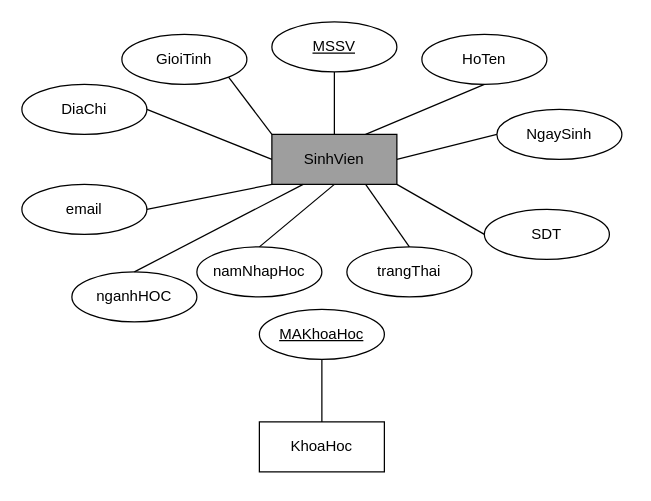
This is test.drawio from hoThanhThien/tkcsdl_HK_he, a draw.io file, before an edit. Source tidied: cells renumbered, new cells numbered last; positions are measured from the earlier drawing's top-left corner, leaving out a move shared by most shapes. Both pictures are drawn from the tidied source at 125%, with x=0, y=0 at pixel (21, 21).
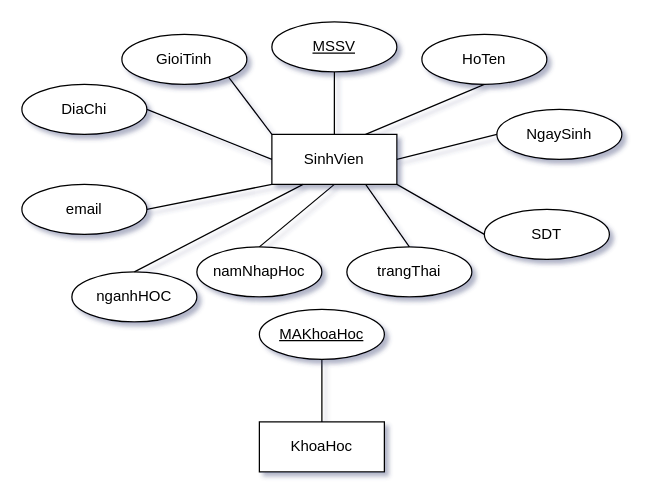
The same page after the edit.

Commit message (it also covers changes not shown here):
Cập nhật test.drawio

Diff of the diagram source:
```diff
@@
-<mxGraphModel>
+<mxGraphModel shadow="1">
@@
-    <mxCell id="2" value="SinhVien" style="whiteSpace=wrap;html=1;align=center;fillColor=#9E9E9E;" parent="1" vertex="1">
+    <mxCell id="2" value="SinhVien" style="whiteSpace=wrap;html=1;align=center;labelBackgroundColor=none;rounded=0;" parent="1" vertex="1">
       <mxGeometry x="200" y="90" width="100" height="40" as="geometry" />
     </mxCell>
-    <mxCell id="3" style="endArrow=none;html=1;rounded=0;exitX=0.5;exitY=0;exitDx=0;exitDy=0;" parent="1" edge="1" source="2" target="4">
+    <mxCell id="3" style="endArrow=none;html=1;rounded=0;exitX=0.5;exitY=0;exitDx=0;exitDy=0;labelBackgroundColor=none;fontColor=default;" parent="1" edge="1" source="2" target="4">
       <mxGeometry relative="1" as="geometry" />
     </mxCell>
-    <mxCell id="4" value="MSSV" style="ellipse;whiteSpace=wrap;html=1;align=center;fontStyle=4;" parent="1" vertex="1">
+    <mxCell id="4" value="MSSV" style="ellipse;whiteSpace=wrap;html=1;align=center;fontStyle=4;labelBackgroundColor=none;rounded=0;" parent="1" vertex="1">
       <mxGeometry x="200" width="100" height="40" as="geometry" />
     </mxCell>
-    <mxCell id="5" value="HoTen" style="ellipse;whiteSpace=wrap;html=1;align=center;" parent="1" vertex="1">
+    <mxCell id="5" value="HoTen" style="ellipse;whiteSpace=wrap;html=1;align=center;labelBackgroundColor=none;rounded=0;" parent="1" vertex="1">
       <mxGeometry x="320" y="10" width="100" height="40" as="geometry" />
     </mxCell>
-    <mxCell id="6" style="endArrow=none;html=1;rounded=0;exitX=0.75;exitY=0;exitDx=0;exitDy=0;entryX=0.5;entryY=1;entryDx=0;entryDy=0;" parent="1" edge="1" source="2" target="5">
+    <mxCell id="6" style="endArrow=none;html=1;rounded=0;exitX=0.75;exitY=0;exitDx=0;exitDy=0;entryX=0.5;entryY=1;entryDx=0;entryDy=0;labelBackgroundColor=none;fontColor=default;" parent="1" edge="1" source="2" target="5">
       <mxGeometry relative="1" as="geometry" />
     </mxCell>
-    <mxCell id="7" value="NgaySinh" style="ellipse;whiteSpace=wrap;html=1;align=center;" parent="1" vertex="1">
+    <mxCell id="7" value="NgaySinh" style="ellipse;whiteSpace=wrap;html=1;align=center;labelBackgroundColor=none;rounded=0;" parent="1" vertex="1">
       <mxGeometry x="380" y="70" width="100" height="40" as="geometry" />
     </mxCell>
-    <mxCell id="8" style="endArrow=none;html=1;rounded=0;exitX=1;exitY=0.5;exitDx=0;exitDy=0;entryX=0;entryY=0.5;entryDx=0;entryDy=0;" parent="1" edge="1" source="2" target="7">
+    <mxCell id="8" style="endArrow=none;html=1;rounded=0;exitX=1;exitY=0.5;exitDx=0;exitDy=0;entryX=0;entryY=0.5;entryDx=0;entryDy=0;labelBackgroundColor=none;fontColor=default;" parent="1" edge="1" source="2" target="7">
       <mxGeometry relative="1" as="geometry" />
     </mxCell>
-    <mxCell id="9" value="GioiTinh" style="ellipse;whiteSpace=wrap;html=1;align=center;" parent="1" vertex="1">
+    <mxCell id="9" value="GioiTinh" style="ellipse;whiteSpace=wrap;html=1;align=center;labelBackgroundColor=none;rounded=0;" parent="1" vertex="1">
       <mxGeometry x="80" y="10" width="100" height="40" as="geometry" />
     </mxCell>
-    <mxCell id="10" style="endArrow=none;html=1;rounded=0;exitX=0;exitY=0;exitDx=0;exitDy=0;entryX=1;entryY=1;entryDx=0;entryDy=0;" parent="1" edge="1" source="2" target="9">
+    <mxCell id="10" style="endArrow=none;html=1;rounded=0;exitX=0;exitY=0;exitDx=0;exitDy=0;entryX=1;entryY=1;entryDx=0;entryDy=0;labelBackgroundColor=none;fontColor=default;" parent="1" edge="1" source="2" target="9">
       <mxGeometry relative="1" as="geometry" />
     </mxCell>
-    <mxCell id="11" value="DiaChi" style="ellipse;whiteSpace=wrap;html=1;align=center;" parent="1" vertex="1">
+    <mxCell id="11" value="DiaChi" style="ellipse;whiteSpace=wrap;html=1;align=center;labelBackgroundColor=none;rounded=0;" parent="1" vertex="1">
       <mxGeometry y="50" width="100" height="40" as="geometry" />
     </mxCell>
-    <mxCell id="12" style="endArrow=none;html=1;rounded=0;exitX=0;exitY=0.5;exitDx=0;exitDy=0;entryX=1;entryY=0.5;entryDx=0;entryDy=0;" parent="1" edge="1" source="2" target="11">
+    <mxCell id="12" style="endArrow=none;html=1;rounded=0;exitX=0;exitY=0.5;exitDx=0;exitDy=0;entryX=1;entryY=0.5;entryDx=0;entryDy=0;labelBackgroundColor=none;fontColor=default;" parent="1" edge="1" source="2" target="11">
       <mxGeometry relative="1" as="geometry" />
     </mxCell>
-    <mxCell id="13" value="email" style="ellipse;whiteSpace=wrap;html=1;align=center;" parent="1" vertex="1">
+    <mxCell id="13" value="email" style="ellipse;whiteSpace=wrap;html=1;align=center;labelBackgroundColor=none;rounded=0;" parent="1" vertex="1">
       <mxGeometry y="130" width="100" height="40" as="geometry" />
     </mxCell>
-    <mxCell id="14" style="endArrow=none;html=1;rounded=0;exitX=0;exitY=1;exitDx=0;exitDy=0;entryX=1;entryY=0.5;entryDx=0;entryDy=0;" parent="1" edge="1" source="2" target="13">
+    <mxCell id="14" style="endArrow=none;html=1;rounded=0;exitX=0;exitY=1;exitDx=0;exitDy=0;entryX=1;entryY=0.5;entryDx=0;entryDy=0;labelBackgroundColor=none;fontColor=default;" parent="1" edge="1" source="2" target="13">
       <mxGeometry relative="1" as="geometry" />
     </mxCell>
-    <mxCell id="15" value="SDT" style="ellipse;whiteSpace=wrap;html=1;align=center;" parent="1" vertex="1">
+    <mxCell id="15" value="SDT" style="ellipse;whiteSpace=wrap;html=1;align=center;labelBackgroundColor=none;rounded=0;" parent="1" vertex="1">
       <mxGeometry x="370" y="150" width="100" height="40" as="geometry" />
     </mxCell>
-    <mxCell id="16" style="endArrow=none;html=1;rounded=0;exitX=1;exitY=1;exitDx=0;exitDy=0;entryX=0;entryY=0.5;entryDx=0;entryDy=0;" parent="1" edge="1" source="2" target="15">
+    <mxCell id="16" style="endArrow=none;html=1;rounded=0;exitX=1;exitY=1;exitDx=0;exitDy=0;entryX=0;entryY=0.5;entryDx=0;entryDy=0;labelBackgroundColor=none;fontColor=default;" parent="1" edge="1" source="2" target="15">
       <mxGeometry relative="1" as="geometry" />
     </mxCell>
-    <mxCell id="17" value="nganhHOC" style="ellipse;whiteSpace=wrap;html=1;align=center;" parent="1" vertex="1">
+    <mxCell id="17" value="nganhHOC" style="ellipse;whiteSpace=wrap;html=1;align=center;labelBackgroundColor=none;rounded=0;" parent="1" vertex="1">
       <mxGeometry x="40" y="200" width="100" height="40" as="geometry" />
     </mxCell>
-    <mxCell id="18" style="endArrow=none;html=1;rounded=0;exitX=0.25;exitY=1;exitDx=0;exitDy=0;entryX=0.5;entryY=0;entryDx=0;entryDy=0;" parent="1" edge="1" source="2" target="17">
+    <mxCell id="18" style="endArrow=none;html=1;rounded=0;exitX=0.25;exitY=1;exitDx=0;exitDy=0;entryX=0.5;entryY=0;entryDx=0;entryDy=0;labelBackgroundColor=none;fontColor=default;" parent="1" edge="1" source="2" target="17">
       <mxGeometry relative="1" as="geometry" />
     </mxCell>
-    <mxCell id="19" value="namNhapHoc" style="ellipse;whiteSpace=wrap;html=1;align=center;" parent="1" vertex="1">
+    <mxCell id="19" value="namNhapHoc" style="ellipse;whiteSpace=wrap;html=1;align=center;labelBackgroundColor=none;rounded=0;" parent="1" vertex="1">
       <mxGeometry x="140" y="180" width="100" height="40" as="geometry" />
     </mxCell>
-    <mxCell id="20" style="endArrow=none;html=1;rounded=0;exitX=0.5;exitY=1;exitDx=0;exitDy=0;entryX=0.5;entryY=0;entryDx=0;entryDy=0;" parent="1" edge="1" source="2" target="19">
+    <mxCell id="20" style="endArrow=none;html=1;rounded=0;exitX=0.5;exitY=1;exitDx=0;exitDy=0;entryX=0.5;entryY=0;entryDx=0;entryDy=0;labelBackgroundColor=none;fontColor=default;" parent="1" edge="1" source="2" target="19">
       <mxGeometry relative="1" as="geometry" />
     </mxCell>
-    <mxCell id="21" value="trangThai" style="ellipse;whiteSpace=wrap;html=1;align=center;" parent="1" vertex="1">
+    <mxCell id="21" value="trangThai" style="ellipse;whiteSpace=wrap;html=1;align=center;labelBackgroundColor=none;rounded=0;" parent="1" vertex="1">
       <mxGeometry x="260" y="180" width="100" height="40" as="geometry" />
     </mxCell>
-    <mxCell id="22" style="endArrow=none;html=1;rounded=0;exitX=0.75;exitY=1;exitDx=0;exitDy=0;entryX=0.5;entryY=0;entryDx=0;entryDy=0;" parent="1" edge="1" source="2" target="21">
+    <mxCell id="22" style="endArrow=none;html=1;rounded=0;exitX=0.75;exitY=1;exitDx=0;exitDy=0;entryX=0.5;entryY=0;entryDx=0;entryDy=0;labelBackgroundColor=none;fontColor=default;" parent="1" edge="1" source="2" target="21">
       <mxGeometry relative="1" as="geometry" />
     </mxCell>
-    <mxCell id="23" value="KhoaHoc" style="whiteSpace=wrap;html=1;align=center;" parent="1" vertex="1">
+    <mxCell id="23" value="KhoaHoc" style="whiteSpace=wrap;html=1;align=center;labelBackgroundColor=none;rounded=0;" parent="1" vertex="1">
       <mxGeometry x="190" y="320" width="100" height="40" as="geometry" />
     </mxCell>
-    <mxCell id="24" value="MAKhoaHoc" style="ellipse;whiteSpace=wrap;html=1;align=center;fontStyle=4;" parent="1" vertex="1">
+    <mxCell id="24" value="MAKhoaHoc" style="ellipse;whiteSpace=wrap;html=1;align=center;fontStyle=4;labelBackgroundColor=none;rounded=0;" parent="1" vertex="1">
       <mxGeometry x="190" y="230" width="100" height="40" as="geometry" />
     </mxCell>
-    <mxCell id="25" style="endArrow=none;html=1;rounded=0;exitX=0.5;exitY=1;exitDx=0;exitDy=0;entryX=0.5;entryY=0;entryDx=0;entryDy=0;" parent="1" edge="1" source="24" target="23">
+    <mxCell id="25" style="endArrow=none;html=1;rounded=0;exitX=0.5;exitY=1;exitDx=0;exitDy=0;entryX=0.5;entryY=0;entryDx=0;entryDy=0;labelBackgroundColor=none;fontColor=default;" parent="1" edge="1" source="24" target="23">
       <mxGeometry relative="1" as="geometry" />
     </mxCell>
```
